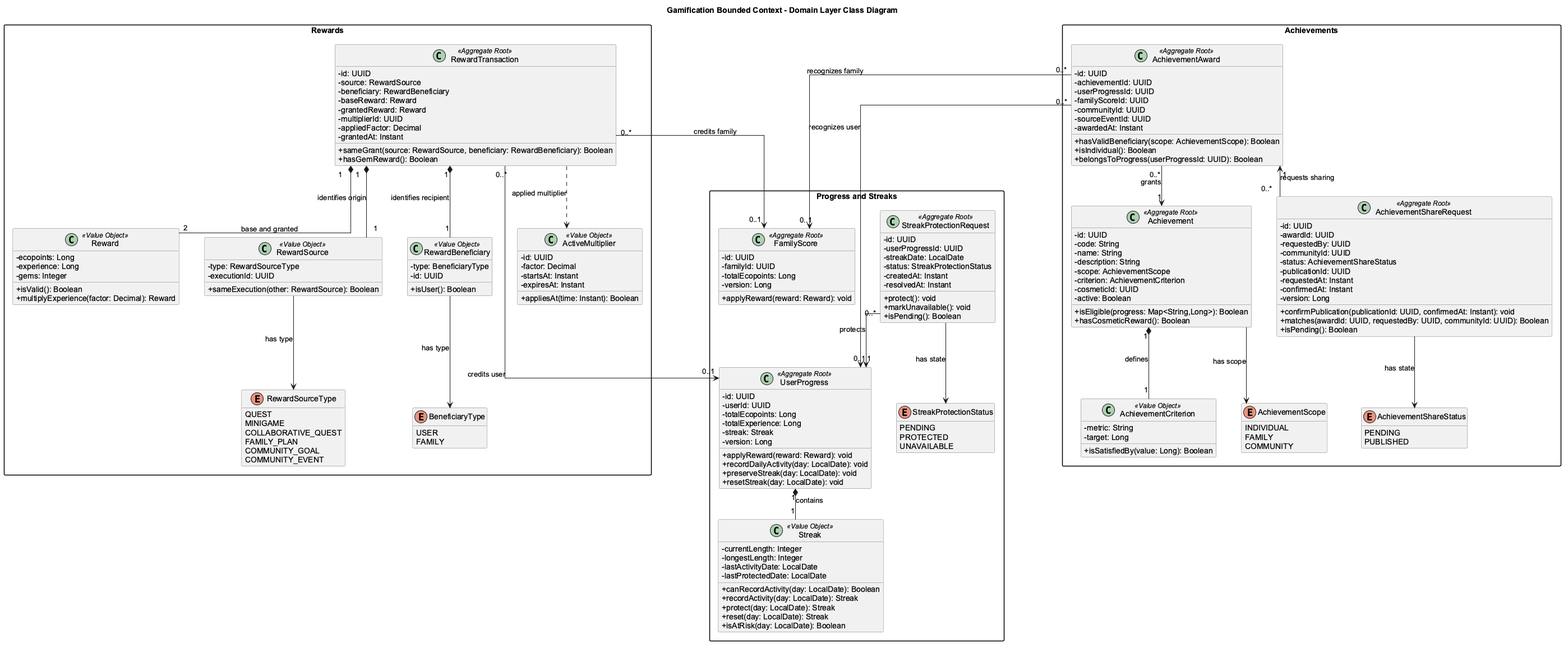
Before: assets/img/figures/ClassDiagramGamification.png, a diagram exported from PlantUML (upc-pre-202620-13980-greenminds/GreenMinds_Report).
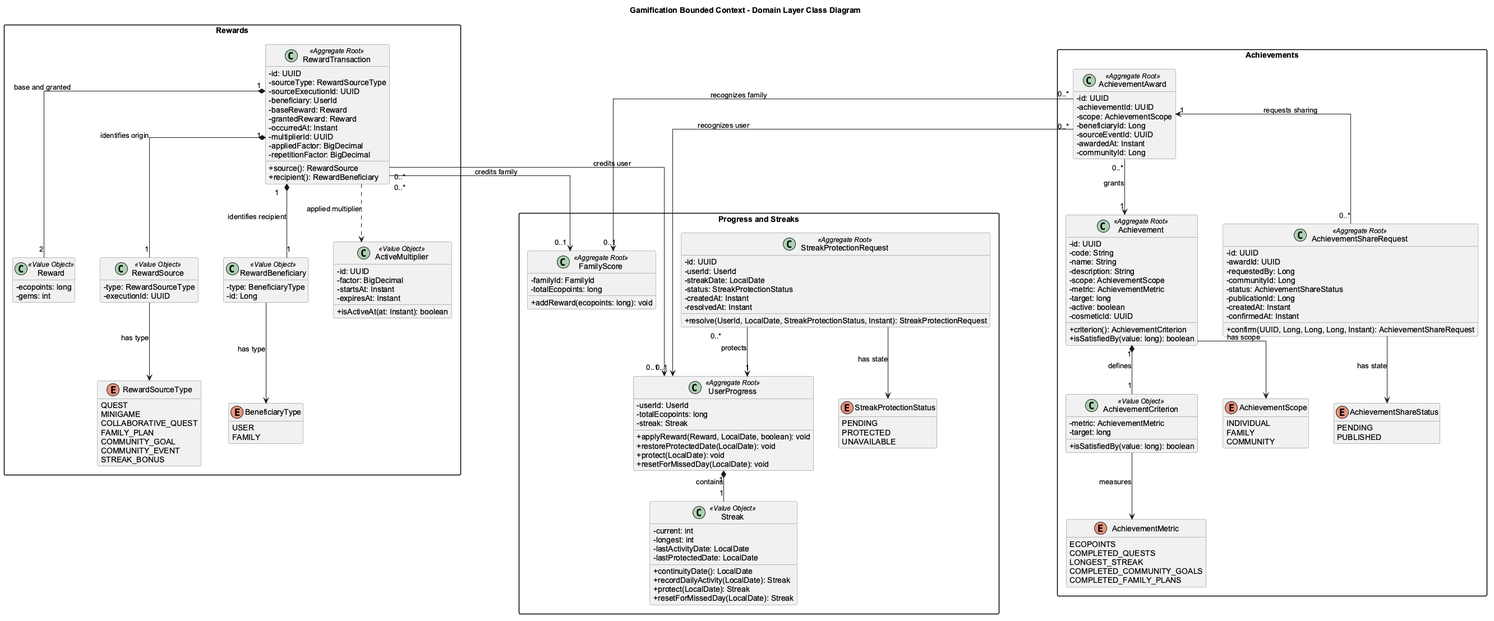
Later version of the same file.

Diff of the diagram source:
```diff
@@ -15,45 +15,37 @@
 
 package "Progress and Streaks" {
 class UserProgress <<Aggregate Root>> {
- -id: UUID
- -userId: UUID
- -totalEcopoints: Long
- -totalExperience: Long
+ -userId: UserId
+ -totalEcopoints: long
  -streak: Streak
- -version: Long
- +applyReward(reward: Reward): void
- +recordDailyActivity(day: LocalDate): void
- +preserveStreak(day: LocalDate): void
- +resetStreak(day: LocalDate): void
+ +applyReward(Reward, LocalDate, boolean): void
+ +restoreProtectedDate(LocalDate): void
+ +protect(LocalDate): void
+ +resetForMissedDay(LocalDate): void
 }
 class Streak <<Value Object>> {
- -currentLength: Integer
- -longestLength: Integer
+ -current: int
+ -longest: int
  -lastActivityDate: LocalDate
  -lastProtectedDate: LocalDate
- +canRecordActivity(day: LocalDate): Boolean
- +recordActivity(day: LocalDate): Streak
- +protect(day: LocalDate): Streak
- +reset(day: LocalDate): Streak
- +isAtRisk(day: LocalDate): Boolean
+ +continuityDate(): LocalDate
+ +recordDailyActivity(LocalDate): Streak
+ +protect(LocalDate): Streak
+ +resetForMissedDay(LocalDate): Streak
 }
 class FamilyScore <<Aggregate Root>> {
- -id: UUID
- -familyId: UUID
- -totalEcopoints: Long
- -version: Long
- +applyReward(reward: Reward): void
+ -familyId: FamilyId
+ -totalEcopoints: long
+ +addReward(ecopoints: long): void
 }
 class StreakProtectionRequest <<Aggregate Root>> {
  -id: UUID
- -userProgressId: UUID
+ -userId: UserId
  -streakDate: LocalDate
  -status: StreakProtectionStatus
  -createdAt: Instant
  -resolvedAt: Instant
- +protect(): void
- +markUnavailable(): void
- +isPending(): Boolean
+ +resolve(UserId, LocalDate, StreakProtectionStatus, Instant): StreakProtectionRequest
 }
 enum StreakProtectionStatus {
  PENDING
@@ -67,39 +59,36 @@
 package "Rewards" {
 class RewardTransaction <<Aggregate Root>> {
  -id: UUID
- -source: RewardSource
- -beneficiary: RewardBeneficiary
+ -sourceType: RewardSourceType
+ -sourceExecutionId: UUID
+ -beneficiary: UserId
  -baseReward: Reward
  -grantedReward: Reward
+ -occurredAt: Instant
  -multiplierId: UUID
- -appliedFactor: Decimal
- -grantedAt: Instant
- +sameGrant(source: RewardSource, beneficiary: RewardBeneficiary): Boolean
- +hasGemReward(): Boolean
+ -appliedFactor: BigDecimal
+ -repetitionFactor: BigDecimal
+ +source(): RewardSource
+ +recipient(): RewardBeneficiary
 }
 class Reward <<Value Object>> {
- -ecopoints: Long
- -experience: Long
- -gems: Integer
- +isValid(): Boolean
- +multiplyExperience(factor: Decimal): Reward
+ -ecopoints: long
+ -gems: int
 }
 class RewardSource <<Value Object>> {
  -type: RewardSourceType
  -executionId: UUID
- +sameExecution(other: RewardSource): Boolean
 }
 class RewardBeneficiary <<Value Object>> {
  -type: BeneficiaryType
- -id: UUID
- +isUser(): Boolean
+ -id: Long
 }
 class ActiveMultiplier <<Value Object>> {
  -id: UUID
- -factor: Decimal
+ -factor: BigDecimal
  -startsAt: Instant
  -expiresAt: Instant
- +appliesAt(time: Instant): Boolean
+ +isActiveAt(at: Instant): boolean
 }
 enum RewardSourceType {
  QUEST
@@ -108,6 +97,7 @@
  FAMILY_PLAN
  COMMUNITY_GOAL
  COMMUNITY_EVENT
+ STREAK_BONUS
 }
 enum BeneficiaryType {
  USER
@@ -129,42 +119,37 @@
  -name: String
  -description: String
  -scope: AchievementScope
- -criterion: AchievementCriterion
+ -metric: AchievementMetric
+ -target: long
+ -active: boolean
  -cosmeticId: UUID
- -active: Boolean
- +isEligible(progress: Map<String,Long>): Boolean
- +hasCosmeticReward(): Boolean
+ +criterion(): AchievementCriterion
+ +isSatisfiedBy(value: long): boolean
 }
 class AchievementCriterion <<Value Object>> {
- -metric: String
- -target: Long
- +isSatisfiedBy(value: Long): Boolean
+ -metric: AchievementMetric
+ -target: long
+ +isSatisfiedBy(value: long): boolean
 }
 class AchievementAward <<Aggregate Root>> {
  -id: UUID
  -achievementId: UUID
- -userProgressId: UUID
- -familyScoreId: UUID
- -communityId: UUID
+ -scope: AchievementScope
+ -beneficiaryId: Long
  -sourceEventId: UUID
  -awardedAt: Instant
- +hasValidBeneficiary(scope: AchievementScope): Boolean
- +isIndividual(): Boolean
- +belongsToProgress(userProgressId: UUID): Boolean
+ -communityId: Long
 }
 class AchievementShareRequest <<Aggregate Root>> {
  -id: UUID
  -awardId: UUID
- -requestedBy: UUID
- -communityId: UUID
+ -requestedBy: Long
+ -communityId: Long
  -status: AchievementShareStatus
- -publicationId: UUID
- -requestedAt: Instant
+ -publicationId: Long
+ -createdAt: Instant
  -confirmedAt: Instant
- -version: Long
- +confirmPublication(publicationId: UUID, confirmedAt: Instant): void
- +matches(awardId: UUID, requestedBy: UUID, communityId: UUID): Boolean
- +isPending(): Boolean
+ +confirm(UUID, Long, Long, Long, Instant): AchievementShareRequest
 }
 enum AchievementShareStatus {
  PENDING
@@ -175,6 +160,14 @@
  FAMILY
  COMMUNITY
 }
+enum AchievementMetric {
+ ECOPOINTS
+ COMPLETED_QUESTS
+ LONGEST_STREAK
+ COMPLETED_COMMUNITY_GOALS
+ COMPLETED_FAMILY_PLANS
+}
+AchievementCriterion --> AchievementMetric : measures
 Achievement "1" *-- "1" AchievementCriterion : defines
 AchievementAward "0..*" --> "1" Achievement : grants
 AchievementAward "0..*" --> "0..1" UserProgress : recognizes user
```
